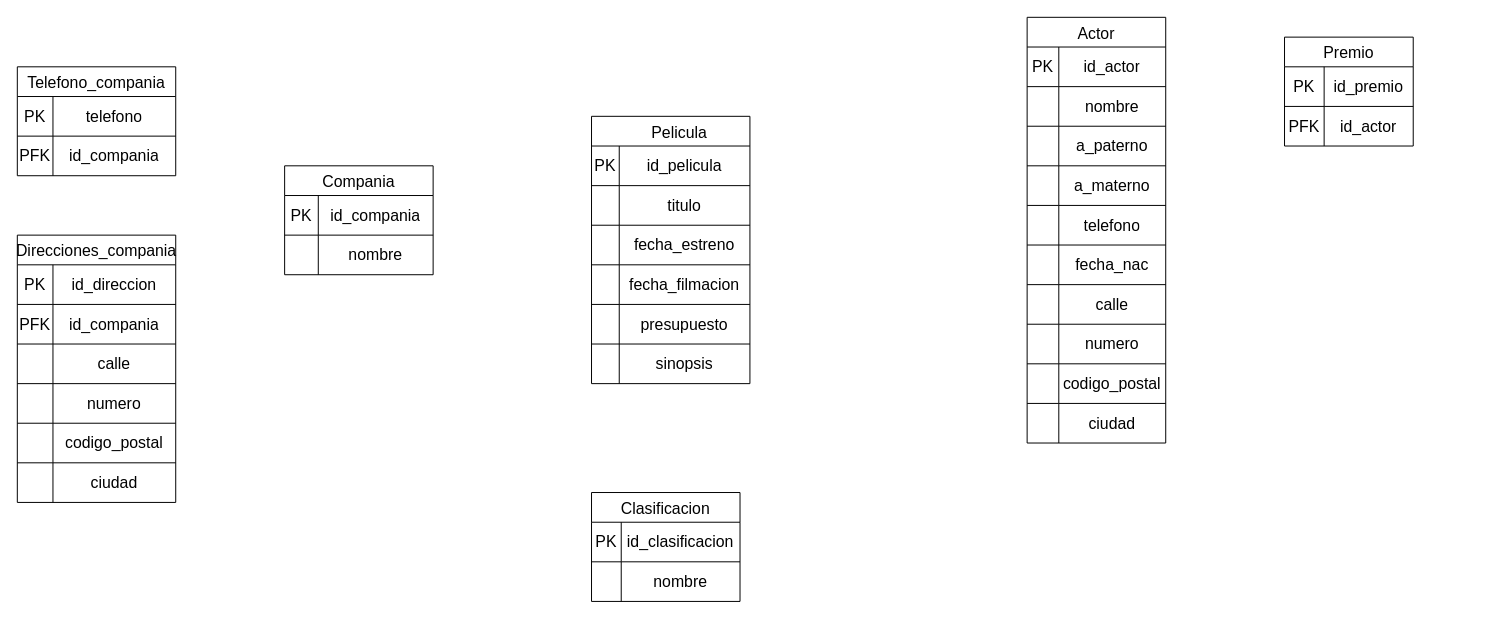
The draw.io diagram Modelo Relacional-logico ejemplo pelis.drawio in misiomishi/itcj, before the edit. Source tidied: cells renumbered, new cells numbered last; positions are measured from the earlier drawing's top-left corner, leaving out a move shared by most shapes. Both pictures are drawn from the tidied source at 99%, with x=0, y=0 at pixel (17, 17).
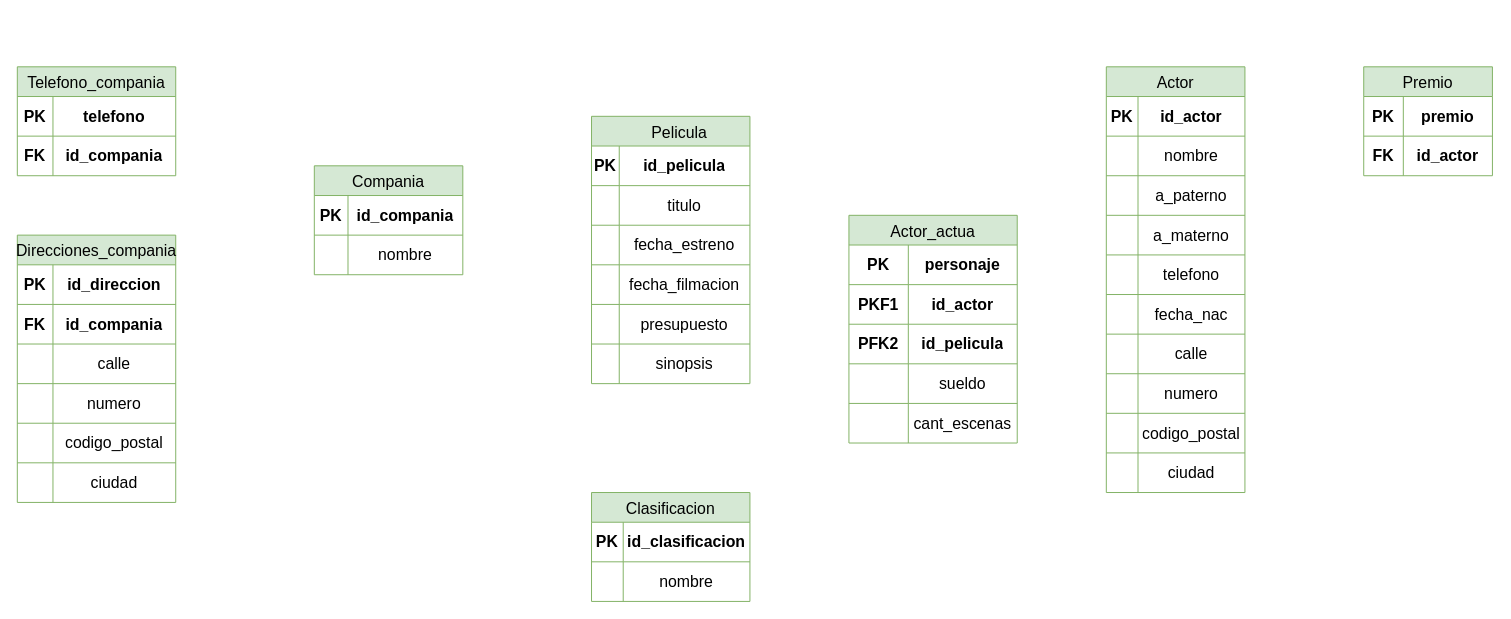
The same page after the edit.

The change refers to these unchanged cells:
```xml
<mxCell id="3" style="shape=tableRow;horizontal=0;startSize=0;swimlaneHead=0;swimlaneBody=0;strokeColor=inherit;top=0;left=0;bottom=0;right=0;fillColor=none;fontSize=16;" parent="2" vertex="1">
  <mxGeometry y="30" width="160" height="40" as="geometry" />
</mxCell>
<mxCell id="22" style="shape=tableRow;horizontal=0;startSize=0;swimlaneHead=0;swimlaneBody=0;strokeColor=inherit;top=0;left=0;bottom=0;right=0;fillColor=none;fontSize=16;" parent="21" vertex="1">
  <mxGeometry y="30" width="150" height="40" as="geometry" />
</mxCell>
<mxCell id="29" style="shape=tableRow;horizontal=0;startSize=0;swimlaneHead=0;swimlaneBody=0;strokeColor=inherit;top=0;left=0;bottom=0;right=0;fillColor=none;fontSize=16;" parent="28" vertex="1">
  <mxGeometry y="30" width="160" height="40" as="geometry" />
</mxCell>
<mxCell id="32" style="shape=tableRow;horizontal=0;startSize=0;swimlaneHead=0;swimlaneBody=0;strokeColor=inherit;top=0;left=0;bottom=0;right=0;fillColor=none;fontSize=16;" parent="28" vertex="1">
  <mxGeometry y="70" width="160" height="40" as="geometry" />
</mxCell>
<mxCell id="48" style="shape=tableRow;horizontal=0;startSize=0;swimlaneHead=0;swimlaneBody=0;strokeColor=inherit;top=0;left=0;bottom=0;right=0;fillColor=none;fontSize=16;" parent="47" vertex="1">
  <mxGeometry y="30" width="160" height="40" as="geometry" />
</mxCell>
<mxCell id="51" style="shape=tableRow;horizontal=0;startSize=0;swimlaneHead=0;swimlaneBody=0;strokeColor=inherit;top=0;left=0;bottom=0;right=0;fillColor=none;fontSize=16;" parent="47" vertex="1">
  <mxGeometry y="70" width="160" height="40" as="geometry" />
</mxCell>
<mxCell id="62" style="shape=tableRow;horizontal=0;startSize=0;swimlaneHead=0;swimlaneBody=0;strokeColor=inherit;top=0;left=0;bottom=0;right=0;fillColor=none;fontSize=16;" parent="61" vertex="1">
  <mxGeometry y="30" width="140" height="40" as="geometry" />
</mxCell>
<mxCell id="93" style="shape=tableRow;horizontal=0;startSize=0;swimlaneHead=0;swimlaneBody=0;strokeColor=inherit;top=0;left=0;bottom=0;right=0;fillColor=none;fontSize=16;" parent="92" vertex="1">
  <mxGeometry y="30" width="130" height="40" as="geometry" />
</mxCell>
<mxCell id="96" style="shape=tableRow;horizontal=0;startSize=0;swimlaneHead=0;swimlaneBody=0;strokeColor=inherit;top=0;left=0;bottom=0;right=0;fillColor=none;fontSize=16;" parent="92" vertex="1">
  <mxGeometry y="70" width="130" height="40" as="geometry" />
</mxCell>
```

The edit, as a diff of the source:
```diff
@@
-    <mxCell id="2" value="    Pelicula" style="shape=table;startSize=30;childLayout=tableLayout;strokeColor=default;fontSize=16;" parent="1" vertex="1">
+    <mxCell id="2" value="    Pelicula" style="shape=table;startSize=30;childLayout=tableLayout;strokeColor=#82b366;fontSize=16;fillColor=#d5e8d4;" parent="1" vertex="1">
       <mxGeometry x="580" y="100" width="160" height="270" as="geometry" />
     </mxCell>
@@
-    <mxCell id="4" value="PK" style="shape=partialRectangle;html=1;whiteSpace=wrap;strokeColor=inherit;overflow=hidden;fillColor=none;top=0;left=0;bottom=0;right=0;fontSize=16;" parent="3" vertex="1">
+    <mxCell id="4" value="PK" style="shape=partialRectangle;html=1;whiteSpace=wrap;strokeColor=inherit;overflow=hidden;fillColor=none;top=0;left=0;bottom=0;right=0;fontSize=16;fontStyle=1;" parent="3" vertex="1">
       <mxGeometry width="28" height="40" as="geometry" />
     </mxCell>
-    <mxCell id="5" value="id_pelicula" style="shape=partialRectangle;html=1;whiteSpace=wrap;strokeColor=inherit;overflow=hidden;fillColor=none;top=0;left=0;bottom=0;right=0;fontSize=16;" parent="3" vertex="1">
+    <mxCell id="5" value="id_pelicula" style="shape=partialRectangle;html=1;whiteSpace=wrap;strokeColor=inherit;overflow=hidden;fillColor=none;top=0;left=0;bottom=0;right=0;fontSize=16;fontStyle=1;" parent="3" vertex="1">
       <mxGeometry x="28" width="132" height="40" as="geometry" />
     </mxCell>
@@
-    <mxCell id="21" value="Compania" style="shape=table;startSize=30;childLayout=tableLayout;strokeColor=default;fontSize=16;" parent="1" vertex="1">
-      <mxGeometry x="270" y="150" width="150" height="110" as="geometry" />
+    <mxCell id="21" value="Compania" style="shape=table;startSize=30;childLayout=tableLayout;strokeColor=#82b366;fontSize=16;fillColor=#d5e8d4;" parent="1" vertex="1">
+      <mxGeometry x="300" y="150" width="150" height="110" as="geometry" />
     </mxCell>
@@
-    <mxCell id="23" value="PK" style="shape=partialRectangle;html=1;whiteSpace=wrap;strokeColor=inherit;overflow=hidden;fillColor=none;top=0;left=0;bottom=0;right=0;fontSize=16;" parent="22" vertex="1">
+    <mxCell id="23" value="PK" style="shape=partialRectangle;html=1;whiteSpace=wrap;strokeColor=inherit;overflow=hidden;fillColor=none;top=0;left=0;bottom=0;right=0;fontSize=16;fontStyle=1;" parent="22" vertex="1">
       <mxGeometry width="34" height="40" as="geometry" />
     </mxCell>
-    <mxCell id="24" value="id_compania" style="shape=partialRectangle;html=1;whiteSpace=wrap;strokeColor=inherit;overflow=hidden;fillColor=none;top=0;left=0;bottom=0;right=0;fontSize=16;" parent="22" vertex="1">
+    <mxCell id="24" value="id_compania" style="shape=partialRectangle;html=1;whiteSpace=wrap;strokeColor=inherit;overflow=hidden;fillColor=none;top=0;left=0;bottom=0;right=0;fontSize=16;fontStyle=1;" parent="22" vertex="1">
       <mxGeometry x="34" width="116" height="40" as="geometry" />
     </mxCell>
@@
-    <mxCell id="28" value="Direcciones_compania" style="shape=table;startSize=30;childLayout=tableLayout;strokeColor=default;fontSize=16;" parent="1" vertex="1">
+    <mxCell id="28" value="Direcciones_compania" style="shape=table;startSize=30;childLayout=tableLayout;strokeColor=#82b366;fontSize=16;fillColor=#d5e8d4;" parent="1" vertex="1">
       <mxGeometry y="220" width="160" height="270" as="geometry" />
     </mxCell>
@@
-    <mxCell id="30" value="PK" style="shape=partialRectangle;html=1;whiteSpace=wrap;strokeColor=inherit;overflow=hidden;fillColor=none;top=0;left=0;bottom=0;right=0;fontSize=16;" parent="29" vertex="1">
+    <mxCell id="30" value="PK" style="shape=partialRectangle;html=1;whiteSpace=wrap;strokeColor=inherit;overflow=hidden;fillColor=none;top=0;left=0;bottom=0;right=0;fontSize=16;fontStyle=1;" parent="29" vertex="1">
       <mxGeometry width="36" height="40" as="geometry" />
     </mxCell>
-    <mxCell id="31" value="id_direccion" style="shape=partialRectangle;html=1;whiteSpace=wrap;strokeColor=inherit;overflow=hidden;fillColor=none;top=0;left=0;bottom=0;right=0;fontSize=16;" parent="29" vertex="1">
+    <mxCell id="31" value="id_direccion" style="shape=partialRectangle;html=1;whiteSpace=wrap;strokeColor=inherit;overflow=hidden;fillColor=none;top=0;left=0;bottom=0;right=0;fontSize=16;fontStyle=1;" parent="29" vertex="1">
       <mxGeometry x="36" width="124" height="40" as="geometry" />
     </mxCell>
@@
-    <mxCell id="33" value="PFK" style="shape=partialRectangle;html=1;whiteSpace=wrap;strokeColor=inherit;overflow=hidden;fillColor=none;top=0;left=0;bottom=0;right=0;fontSize=16;" parent="32" vertex="1">
+    <mxCell id="33" value="FK" style="shape=partialRectangle;html=1;whiteSpace=wrap;strokeColor=inherit;overflow=hidden;fillColor=none;top=0;left=0;bottom=0;right=0;fontSize=16;fontStyle=1;" parent="32" vertex="1">
       <mxGeometry width="36" height="40" as="geometry" />
     </mxCell>
-    <mxCell id="34" value="id_compania" style="shape=partialRectangle;html=1;whiteSpace=wrap;strokeColor=inherit;overflow=hidden;fillColor=none;top=0;left=0;bottom=0;right=0;fontSize=16;" parent="32" vertex="1">
+    <mxCell id="34" value="id_compania" style="shape=partialRectangle;html=1;whiteSpace=wrap;strokeColor=inherit;overflow=hidden;fillColor=none;top=0;left=0;bottom=0;right=0;fontSize=16;fontStyle=1;" parent="32" vertex="1">
       <mxGeometry x="36" width="124" height="40" as="geometry" />
     </mxCell>
@@
-    <mxCell id="47" value="Telefono_compania" style="shape=table;startSize=30;childLayout=tableLayout;strokeColor=default;fontSize=16;" parent="1" vertex="1">
+    <mxCell id="47" value="Telefono_compania" style="shape=table;startSize=30;childLayout=tableLayout;strokeColor=#82b366;fontSize=16;fillColor=#d5e8d4;" parent="1" vertex="1">
       <mxGeometry y="50" width="160" height="110" as="geometry" />
     </mxCell>
@@
-    <mxCell id="49" value="PK" style="shape=partialRectangle;html=1;whiteSpace=wrap;strokeColor=inherit;overflow=hidden;fillColor=none;top=0;left=0;bottom=0;right=0;fontSize=16;" parent="48" vertex="1">
+    <mxCell id="49" value="PK" style="shape=partialRectangle;html=1;whiteSpace=wrap;strokeColor=inherit;overflow=hidden;fillColor=none;top=0;left=0;bottom=0;right=0;fontSize=16;fontStyle=1;" parent="48" vertex="1">
       <mxGeometry width="36" height="40" as="geometry" />
     </mxCell>
-    <mxCell id="50" value="telefono" style="shape=partialRectangle;html=1;whiteSpace=wrap;strokeColor=inherit;overflow=hidden;fillColor=none;top=0;left=0;bottom=0;right=0;fontSize=16;" parent="48" vertex="1">
+    <mxCell id="50" value="telefono" style="shape=partialRectangle;html=1;whiteSpace=wrap;strokeColor=inherit;overflow=hidden;fillColor=none;top=0;left=0;bottom=0;right=0;fontSize=16;fontStyle=1;" parent="48" vertex="1">
       <mxGeometry x="36" width="124" height="40" as="geometry" />
     </mxCell>
@@
-    <mxCell id="52" value="PFK" style="shape=partialRectangle;html=1;whiteSpace=wrap;strokeColor=inherit;overflow=hidden;fillColor=none;top=0;left=0;bottom=0;right=0;fontSize=16;" parent="51" vertex="1">
+    <mxCell id="52" value="FK" style="shape=partialRectangle;html=1;whiteSpace=wrap;strokeColor=inherit;overflow=hidden;fillColor=none;top=0;left=0;bottom=0;right=0;fontSize=16;fontStyle=1;" parent="51" vertex="1">
       <mxGeometry width="36" height="40" as="geometry" />
     </mxCell>
-    <mxCell id="53" value="id_compania" style="shape=partialRectangle;html=1;whiteSpace=wrap;strokeColor=inherit;overflow=hidden;fillColor=none;top=0;left=0;bottom=0;right=0;fontSize=16;" parent="51" vertex="1">
+    <mxCell id="53" value="id_compania" style="shape=partialRectangle;html=1;whiteSpace=wrap;strokeColor=inherit;overflow=hidden;fillColor=none;top=0;left=0;bottom=0;right=0;fontSize=16;fontStyle=1;" parent="51" vertex="1">
       <mxGeometry x="36" width="124" height="40" as="geometry" />
     </mxCell>
-    <mxCell id="54" value="Clasificacion" style="shape=table;startSize=30;childLayout=tableLayout;strokeColor=default;fontSize=16;" parent="1" vertex="1">
-      <mxGeometry x="580" y="480" width="150" height="110" as="geometry" />
+    <mxCell id="54" value="Clasificacion" style="shape=table;startSize=30;childLayout=tableLayout;strokeColor=#82b366;fontSize=16;fillColor=#d5e8d4;" parent="1" vertex="1">
+      <mxGeometry x="580" y="480" width="160" height="110" as="geometry" />
     </mxCell>
     <mxCell id="55" style="shape=tableRow;horizontal=0;startSize=0;swimlaneHead=0;swimlaneBody=0;strokeColor=inherit;top=0;left=0;bottom=0;right=0;fillColor=none;fontSize=16;" parent="54" vertex="1">
-      <mxGeometry y="30" width="150" height="40" as="geometry" />
+      <mxGeometry y="30" width="160" height="40" as="geometry" />
     </mxCell>
-    <mxCell id="56" value="PK" style="shape=partialRectangle;html=1;whiteSpace=wrap;strokeColor=inherit;overflow=hidden;fillColor=none;top=0;left=0;bottom=0;right=0;fontSize=16;" parent="55" vertex="1">
-      <mxGeometry width="30" height="40" as="geometry" />
+    <mxCell id="56" value="&lt;b&gt;PK&lt;/b&gt;" style="shape=partialRectangle;html=1;whiteSpace=wrap;strokeColor=inherit;overflow=hidden;fillColor=none;top=0;left=0;bottom=0;right=0;fontSize=16;" parent="55" vertex="1">
+      <mxGeometry width="32" height="40" as="geometry" />
     </mxCell>
-    <mxCell id="57" value="id_clasificacion" style="shape=partialRectangle;html=1;whiteSpace=wrap;strokeColor=inherit;overflow=hidden;fillColor=none;top=0;left=0;bottom=0;right=0;fontSize=16;" parent="55" vertex="1">
-      <mxGeometry x="30" width="120" height="40" as="geometry" />
+    <mxCell id="57" value="id_clasificacion" style="shape=partialRectangle;html=1;whiteSpace=wrap;strokeColor=inherit;overflow=hidden;fillColor=none;top=0;left=0;bottom=0;right=0;fontSize=16;fontStyle=1;" parent="55" vertex="1">
+      <mxGeometry x="32" width="128" height="40" as="geometry" />
     </mxCell>
     <mxCell id="58" style="shape=tableRow;horizontal=0;startSize=0;swimlaneHead=0;swimlaneBody=0;strokeColor=inherit;top=0;left=0;bottom=0;right=0;fillColor=none;fontSize=16;" parent="54" vertex="1">
-      <mxGeometry y="70" width="150" height="40" as="geometry" />
+      <mxGeometry y="70" width="160" height="40" as="geometry" />
     </mxCell>
     <mxCell id="59" style="shape=partialRectangle;html=1;whiteSpace=wrap;strokeColor=inherit;overflow=hidden;fillColor=none;top=0;left=0;bottom=0;right=0;fontSize=16;" parent="58" vertex="1">
-      <mxGeometry width="30" height="40" as="geometry" />
+      <mxGeometry width="32" height="40" as="geometry" />
     </mxCell>
     <mxCell id="60" value="nombre" style="shape=partialRectangle;html=1;whiteSpace=wrap;strokeColor=inherit;overflow=hidden;fillColor=none;top=0;left=0;bottom=0;right=0;fontSize=16;" parent="58" vertex="1">
-      <mxGeometry x="30" width="120" height="40" as="geometry" />
+      <mxGeometry x="32" width="128" height="40" as="geometry" />
     </mxCell>
-    <mxCell id="61" value="Actor" style="shape=table;startSize=30;childLayout=tableLayout;strokeColor=default;fontSize=16;" parent="1" vertex="1">
-      <mxGeometry x="1020" width="140" height="430" as="geometry" />
+    <mxCell id="61" value="Actor" style="shape=table;startSize=30;childLayout=tableLayout;strokeColor=#82b366;fontSize=16;fillColor=#d5e8d4;" parent="1" vertex="1">
+      <mxGeometry x="1100" y="50" width="140" height="430" as="geometry" />
     </mxCell>
@@
-    <mxCell id="63" value="PK" style="shape=partialRectangle;html=1;whiteSpace=wrap;strokeColor=inherit;overflow=hidden;fillColor=none;top=0;left=0;bottom=0;right=0;fontSize=16;" parent="62" vertex="1">
+    <mxCell id="63" value="PK" style="shape=partialRectangle;html=1;whiteSpace=wrap;strokeColor=inherit;overflow=hidden;fillColor=none;top=0;left=0;bottom=0;right=0;fontSize=16;fontStyle=1;" parent="62" vertex="1">
       <mxGeometry width="32" height="40" as="geometry" />
     </mxCell>
-    <mxCell id="64" value="id_actor" style="shape=partialRectangle;html=1;whiteSpace=wrap;strokeColor=inherit;overflow=hidden;fillColor=none;top=0;left=0;bottom=0;right=0;fontSize=16;" parent="62" vertex="1">
+    <mxCell id="64" value="id_actor" style="shape=partialRectangle;html=1;whiteSpace=wrap;strokeColor=inherit;overflow=hidden;fillColor=none;top=0;left=0;bottom=0;right=0;fontSize=16;fontStyle=1;" parent="62" vertex="1">
       <mxGeometry x="32" width="108" height="40" as="geometry" />
     </mxCell>
@@
-    <mxCell id="92" value="Premio" style="shape=table;startSize=30;childLayout=tableLayout;strokeColor=default;fontSize=16;" parent="1" vertex="1">
-      <mxGeometry x="1280" y="20" width="130" height="110" as="geometry" />
+    <mxCell id="92" value="Premio" style="shape=table;startSize=30;childLayout=tableLayout;strokeColor=#82b366;fontSize=16;fillColor=#d5e8d4;" parent="1" vertex="1">
+      <mxGeometry x="1360" y="50" width="130" height="110" as="geometry" />
     </mxCell>
@@
-    <mxCell id="94" value="PK" style="shape=partialRectangle;html=1;whiteSpace=wrap;strokeColor=inherit;overflow=hidden;fillColor=none;top=0;left=0;bottom=0;right=0;fontSize=16;" parent="93" vertex="1">
+    <mxCell id="94" value="PK" style="shape=partialRectangle;html=1;whiteSpace=wrap;strokeColor=inherit;overflow=hidden;fillColor=none;top=0;left=0;bottom=0;right=0;fontSize=16;fontStyle=1;" parent="93" vertex="1">
       <mxGeometry width="40" height="40" as="geometry" />
     </mxCell>
-    <mxCell id="95" value="id_premio" style="shape=partialRectangle;html=1;whiteSpace=wrap;strokeColor=inherit;overflow=hidden;fillColor=none;top=0;left=0;bottom=0;right=0;fontSize=16;" parent="93" vertex="1">
+    <mxCell id="95" value="premio" style="shape=partialRectangle;html=1;whiteSpace=wrap;strokeColor=inherit;overflow=hidden;fillColor=none;top=0;left=0;bottom=0;right=0;fontSize=16;fontStyle=1;" parent="93" vertex="1">
       <mxGeometry x="40" width="90" height="40" as="geometry" />
     </mxCell>
@@
-    <mxCell id="97" value="PFK" style="shape=partialRectangle;html=1;whiteSpace=wrap;strokeColor=inherit;overflow=hidden;fillColor=none;top=0;left=0;bottom=0;right=0;fontSize=16;" parent="96" vertex="1">
+    <mxCell id="97" value="FK" style="shape=partialRectangle;html=1;whiteSpace=wrap;strokeColor=inherit;overflow=hidden;fillColor=none;top=0;left=0;bottom=0;right=0;fontSize=16;fontStyle=1;" parent="96" vertex="1">
       <mxGeometry width="40" height="40" as="geometry" />
     </mxCell>
-    <mxCell id="98" value="id_actor" style="shape=partialRectangle;html=1;whiteSpace=wrap;strokeColor=inherit;overflow=hidden;fillColor=none;top=0;left=0;bottom=0;right=0;fontSize=16;" parent="96" vertex="1">
+    <mxCell id="98" value="id_actor" style="shape=partialRectangle;html=1;whiteSpace=wrap;strokeColor=inherit;overflow=hidden;fillColor=none;top=0;left=0;bottom=0;right=0;fontSize=16;fontStyle=1;" parent="96" vertex="1">
       <mxGeometry x="40" width="90" height="40" as="geometry" />
     </mxCell>
+    <mxCell id="99" value="Actor_actua" style="shape=table;startSize=30;childLayout=tableLayout;strokeColor=#82b366;fontSize=16;fillColor=#d5e8d4;" parent="1" vertex="1">
+      <mxGeometry x="840" y="200" width="170" height="230" as="geometry" />
+    </mxCell>
+    <mxCell id="100" style="shape=tableRow;horizontal=0;startSize=0;swimlaneHead=0;swimlaneBody=0;strokeColor=inherit;top=0;left=0;bottom=0;right=0;fillColor=none;fontSize=16;" parent="99" vertex="1">
+      <mxGeometry y="30" width="170" height="40" as="geometry" />
+    </mxCell>
+    <mxCell id="101" value="PK" style="shape=partialRectangle;html=1;whiteSpace=wrap;strokeColor=inherit;overflow=hidden;fillColor=none;top=0;left=0;bottom=0;right=0;fontSize=16;fontStyle=1;" parent="100" vertex="1">
+      <mxGeometry width="60" height="40" as="geometry" />
+    </mxCell>
+    <mxCell id="102" value="personaje" style="shape=partialRectangle;html=1;whiteSpace=wrap;strokeColor=inherit;overflow=hidden;fillColor=none;top=0;left=0;bottom=0;right=0;fontSize=16;fontStyle=1;" parent="100" vertex="1">
+      <mxGeometry x="60" width="110" height="40" as="geometry" />
+    </mxCell>
+    <mxCell id="103" style="shape=tableRow;horizontal=0;startSize=0;swimlaneHead=0;swimlaneBody=0;strokeColor=inherit;top=0;left=0;bottom=0;right=0;fillColor=none;fontSize=16;" parent="99" vertex="1">
+      <mxGeometry y="70" width="170" height="40" as="geometry" />
+    </mxCell>
+    <mxCell id="104" value="PKF1" style="shape=partialRectangle;html=1;whiteSpace=wrap;strokeColor=inherit;overflow=hidden;fillColor=none;top=0;left=0;bottom=0;right=0;fontSize=16;fontStyle=1;" parent="103" vertex="1">
+      <mxGeometry width="60" height="40" as="geometry" />
+    </mxCell>
+    <mxCell id="105" value="id_actor" style="shape=partialRectangle;html=1;whiteSpace=wrap;strokeColor=inherit;overflow=hidden;fillColor=none;top=0;left=0;bottom=0;right=0;fontSize=16;fontStyle=1;" parent="103" vertex="1">
+      <mxGeometry x="60" width="110" height="40" as="geometry" />
+    </mxCell>
+    <mxCell id="106" style="shape=tableRow;horizontal=0;startSize=0;swimlaneHead=0;swimlaneBody=0;strokeColor=inherit;top=0;left=0;bottom=0;right=0;fillColor=none;fontSize=16;" parent="99" vertex="1">
+      <mxGeometry y="110" width="170" height="40" as="geometry" />
+    </mxCell>
+    <mxCell id="107" value="PFK2" style="shape=partialRectangle;html=1;whiteSpace=wrap;strokeColor=inherit;overflow=hidden;fillColor=none;top=0;left=0;bottom=0;right=0;fontSize=16;fontStyle=1;" parent="106" vertex="1">
+      <mxGeometry width="60" height="40" as="geometry" />
+    </mxCell>
+    <mxCell id="108" value="id_pelicula" style="shape=partialRectangle;html=1;whiteSpace=wrap;strokeColor=inherit;overflow=hidden;fillColor=none;top=0;left=0;bottom=0;right=0;fontSize=16;fontStyle=1;" parent="106" vertex="1">
+      <mxGeometry x="60" width="110" height="40" as="geometry" />
+    </mxCell>
+    <mxCell id="109" style="shape=tableRow;horizontal=0;startSize=0;swimlaneHead=0;swimlaneBody=0;strokeColor=inherit;top=0;left=0;bottom=0;right=0;fillColor=none;fontSize=16;" parent="99" vertex="1">
+      <mxGeometry y="150" width="170" height="40" as="geometry" />
+    </mxCell>
+    <mxCell id="110" style="shape=partialRectangle;html=1;whiteSpace=wrap;strokeColor=inherit;overflow=hidden;fillColor=none;top=0;left=0;bottom=0;right=0;fontSize=16;" parent="109" vertex="1">
+      <mxGeometry width="60" height="40" as="geometry" />
+    </mxCell>
+    <mxCell id="111" value="sueldo" style="shape=partialRectangle;html=1;whiteSpace=wrap;strokeColor=inherit;overflow=hidden;fillColor=none;top=0;left=0;bottom=0;right=0;fontSize=16;" parent="109" vertex="1">
+      <mxGeometry x="60" width="110" height="40" as="geometry" />
+    </mxCell>
+    <mxCell id="112" style="shape=tableRow;horizontal=0;startSize=0;swimlaneHead=0;swimlaneBody=0;strokeColor=inherit;top=0;left=0;bottom=0;right=0;fillColor=none;fontSize=16;" parent="99" vertex="1">
+      <mxGeometry y="190" width="170" height="40" as="geometry" />
+    </mxCell>
+    <mxCell id="113" style="shape=partialRectangle;html=1;whiteSpace=wrap;strokeColor=inherit;overflow=hidden;fillColor=none;top=0;left=0;bottom=0;right=0;fontSize=16;" parent="112" vertex="1">
+      <mxGeometry width="60" height="40" as="geometry" />
+    </mxCell>
+    <mxCell id="114" value="cant_escenas" style="shape=partialRectangle;html=1;whiteSpace=wrap;strokeColor=inherit;overflow=hidden;fillColor=none;top=0;left=0;bottom=0;right=0;fontSize=16;" parent="112" vertex="1">
+      <mxGeometry x="60" width="110" height="40" as="geometry" />
+    </mxCell>
```
